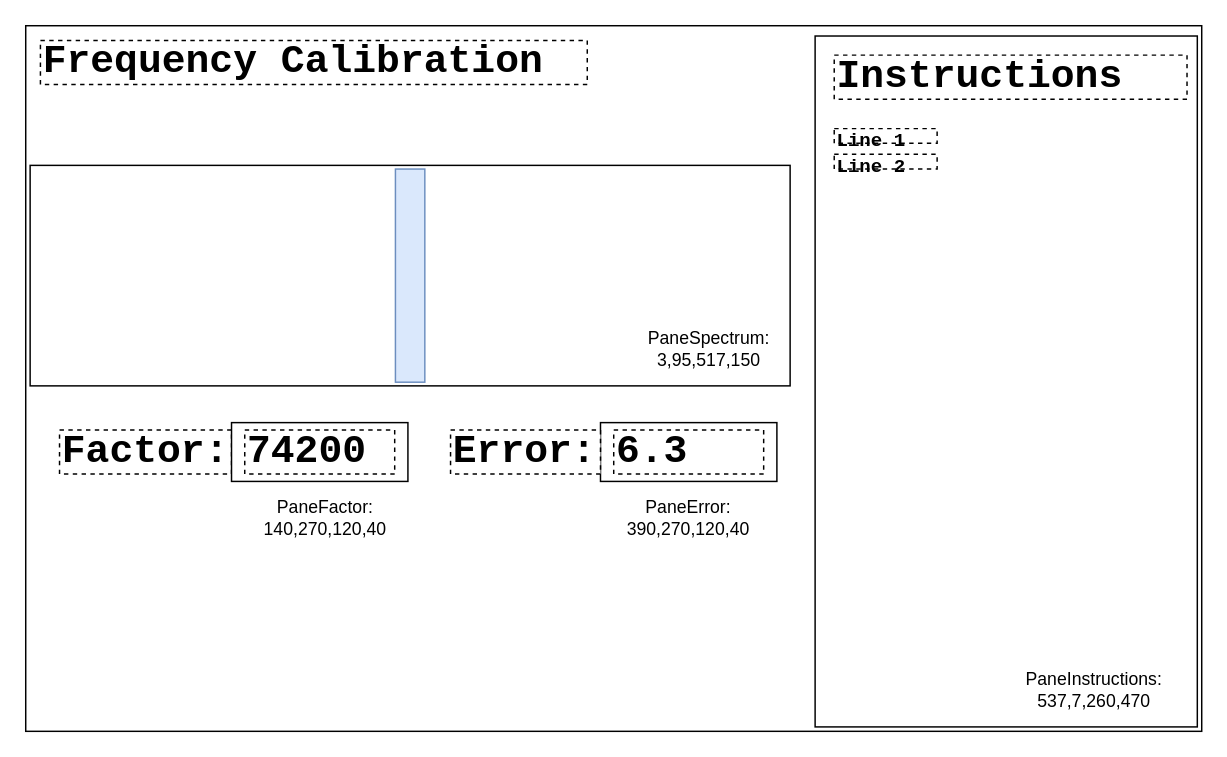
The draw.io diagram page "Frequency Cal" (3 of 3) of code/docs/window_panes.drawio in KI3P/Phoenix, before the edit. Source tidied: cells renumbered, new cells numbered last; positions are measured from the earlier drawing's top-left corner, leaving out a move shared by most shapes. Both pictures are drawn from the tidied source at 147%, with x=0, y=0 at pixel (25, 25).
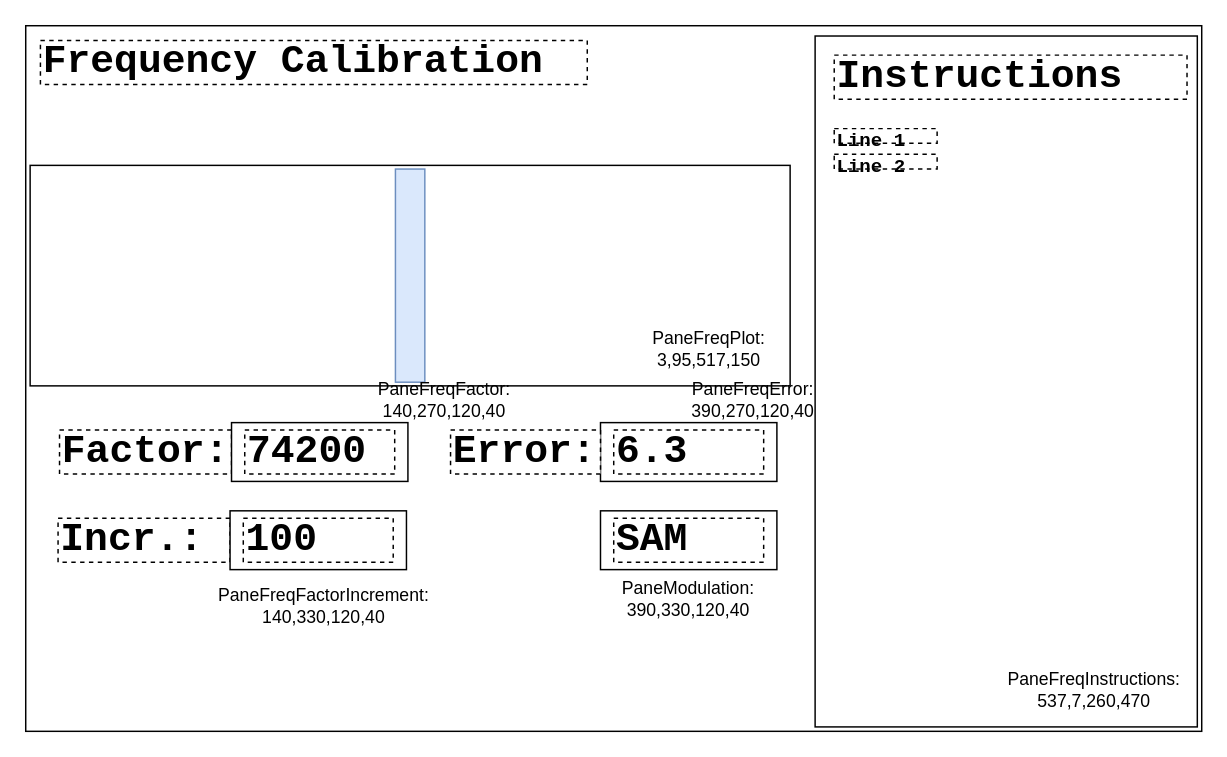
The same page after the edit.

Commit message (it also covers changes not shown here):
Initial commit of frequency calibration window, needs testing on real hardware

Change to the diagram source:
```diff
@@
-    <mxCell id="13" value="PaneInstructions: 537,7,260,470" style="text;html=1;whiteSpace=wrap;strokeColor=none;fillColor=none;align=center;verticalAlign=middle;rounded=0;" parent="1" vertex="1">
+    <mxCell id="13" value="PaneFreqInstructions: 537,7,260,470" style="text;html=1;whiteSpace=wrap;strokeColor=none;fillColor=none;align=center;verticalAlign=middle;rounded=0;" parent="1" vertex="1">
       <mxGeometry x="657" y="427" width="140" height="50" as="geometry" />
     </mxCell>
-    <mxCell id="14" value="PaneError: 390,270,120,40" style="text;html=1;whiteSpace=wrap;strokeColor=none;fillColor=none;align=center;verticalAlign=middle;rounded=0;" parent="1" vertex="1">
-      <mxGeometry x="396" y="310" width="110" height="50" as="geometry" />
+    <mxCell id="14" value="PaneFreqError: 390,270,120,40" style="text;html=1;whiteSpace=wrap;strokeColor=none;fillColor=none;align=center;verticalAlign=middle;rounded=0;" parent="1" vertex="1">
+      <mxGeometry x="440" y="230" width="110" height="50" as="geometry" />
     </mxCell>
-    <mxCell id="15" value="PaneSpectrum: 3,95,517,150" style="text;html=1;whiteSpace=wrap;strokeColor=none;fillColor=none;align=center;verticalAlign=middle;rounded=0;" parent="1" vertex="1">
+    <mxCell id="15" value="PaneFreqPlot: 3,95,517,150" style="text;html=1;whiteSpace=wrap;strokeColor=none;fillColor=none;align=center;verticalAlign=middle;rounded=0;" parent="1" vertex="1">
       <mxGeometry x="410" y="195" width="110" height="50" as="geometry" />
     </mxCell>
@@
-    <mxCell id="19" value="PaneFactor: 140,270,120,40" style="text;html=1;whiteSpace=wrap;strokeColor=none;fillColor=none;align=center;verticalAlign=middle;rounded=0;" parent="1" vertex="1">
-      <mxGeometry x="149" y="315" width="110" height="40" as="geometry" />
+    <mxCell id="19" value="PaneFreqFactor: 140,270,120,40" style="text;html=1;whiteSpace=wrap;strokeColor=none;fillColor=none;align=center;verticalAlign=middle;rounded=0;" parent="1" vertex="1">
+      <mxGeometry x="230" y="235" width="110" height="40" as="geometry" />
     </mxCell>
+    <mxCell id="20" value="Incr.:" style="rounded=0;whiteSpace=wrap;html=1;fontFamily=Courier New;fontSize=27;fontStyle=1;align=left;dashed=1;" parent="1" vertex="1">
+      <mxGeometry x="22" y="335" width="117" height="30" as="geometry" />
+    </mxCell>
+    <mxCell id="21" style="rounded=0;whiteSpace=wrap;html=1;" parent="1" vertex="1">
+      <mxGeometry x="139" y="330" width="120" height="40" as="geometry" />
+    </mxCell>
+    <mxCell id="22" value="100" style="rounded=0;whiteSpace=wrap;html=1;fontFamily=Courier New;fontSize=27;fontStyle=1;align=left;dashed=1;" parent="1" vertex="1">
+      <mxGeometry x="148" y="335" width="102" height="30" as="geometry" />
+    </mxCell>
+    <mxCell id="23" value="PaneFreqFactorIncrement: 140,330,120,40" style="text;html=1;whiteSpace=wrap;strokeColor=none;fillColor=none;align=center;verticalAlign=middle;rounded=0;" parent="1" vertex="1">
+      <mxGeometry x="148" y="375" width="110" height="40" as="geometry" />
+    </mxCell>
+    <mxCell id="24" style="rounded=0;whiteSpace=wrap;html=1;" parent="1" vertex="1">
+      <mxGeometry x="391" y="330" width="120" height="40" as="geometry" />
+    </mxCell>
+    <mxCell id="25" value="SAM" style="rounded=0;whiteSpace=wrap;html=1;fontFamily=Courier New;fontSize=27;fontStyle=1;align=left;dashed=1;" parent="1" vertex="1">
+      <mxGeometry x="400" y="335" width="102" height="30" as="geometry" />
+    </mxCell>
+    <mxCell id="26" value="PaneModulation: 390,330,120,40" style="text;html=1;whiteSpace=wrap;strokeColor=none;fillColor=none;align=center;verticalAlign=middle;rounded=0;" parent="1" vertex="1">
+      <mxGeometry x="396" y="370" width="110" height="40" as="geometry" />
+    </mxCell>
```
